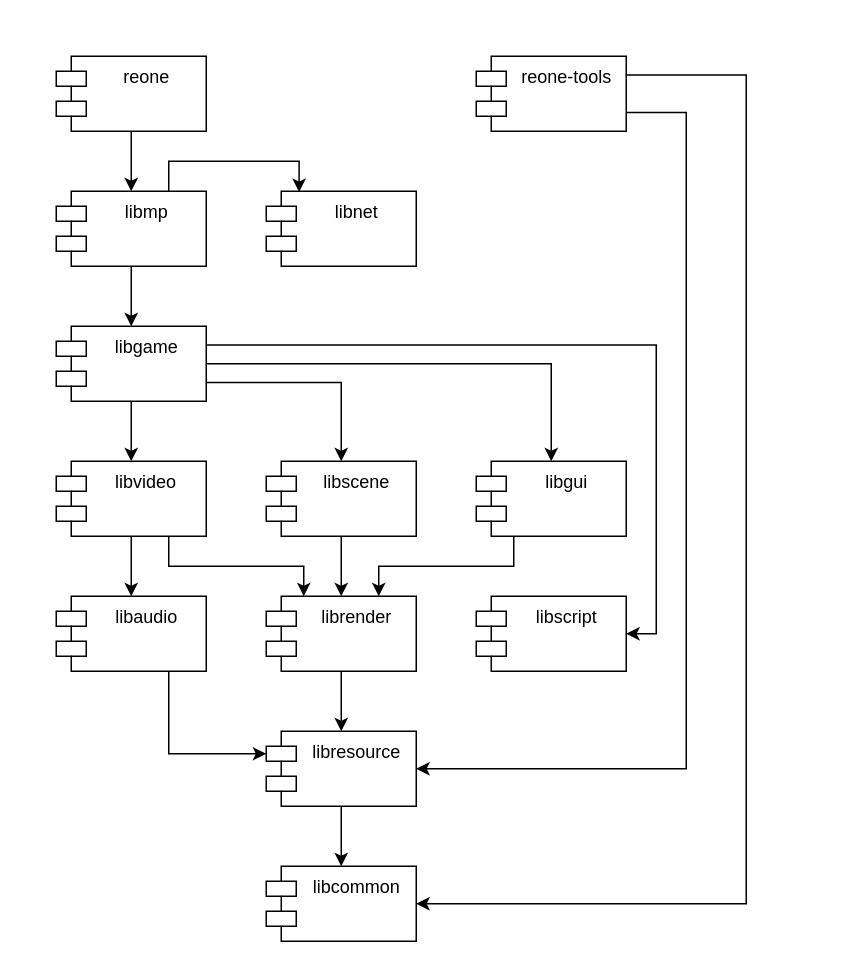
Before: doc/modules.drawio in seedhartha/reone, a draw.io diagram. Source tidied: cells renumbered, new cells numbered last; positions are measured from the earlier drawing's top-left corner, leaving out a move shared by most shapes. Both pictures are drawn from the tidied source at 150%, with x=0, y=0 at pixel (56, 56).
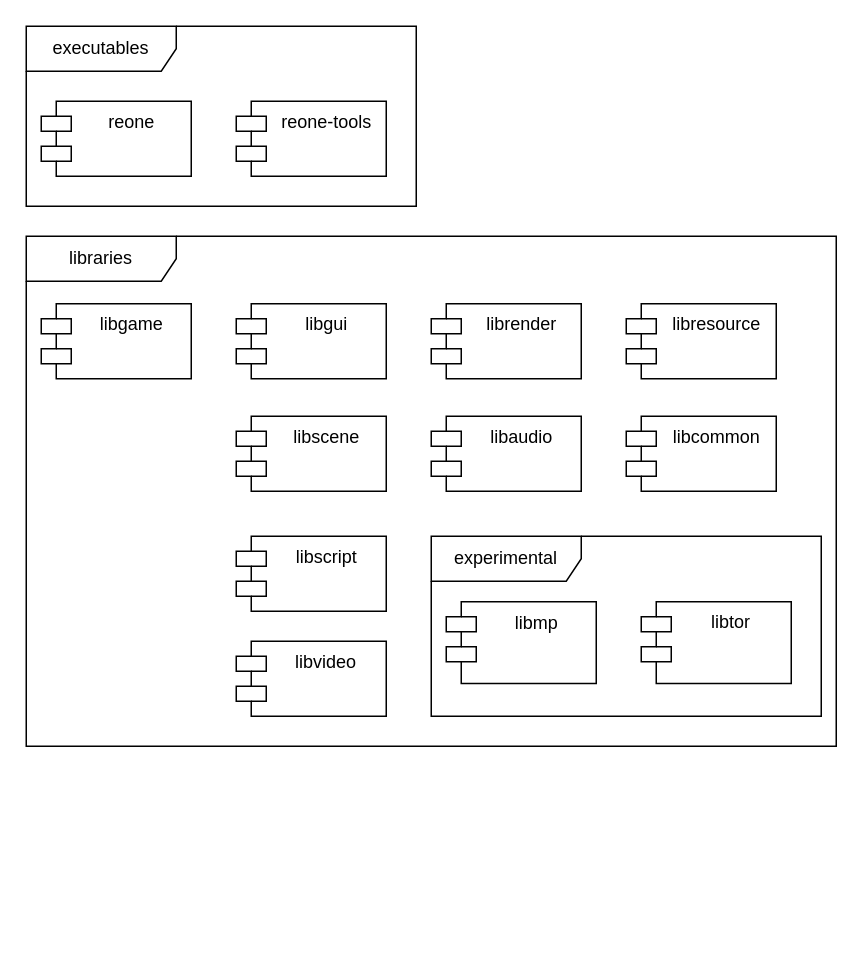
The same diagram, later.

Commit message:
doc: Update modules diagram

Change to the diagram source:
```diff
@@
-    <mxCell id="2" style="edgeStyle=orthogonalEdgeStyle;rounded=0;jettySize=auto;html=1;exitX=0.5;exitY=1;exitDx=0;exitDy=0;entryX=0.5;entryY=0;entryDx=0;entryDy=0;" parent="1" edge="1" source="3" target="9">
-      <mxGeometry relative="1" as="geometry" />
-    </mxCell>
+    <mxCell id="31" style="group;" parent="1" vertex="1">
+      <mxGeometry x="250" y="320" width="260" height="120" as="geometry" />
+    </mxCell>
+    <mxCell id="32" value="experimental" style="shape=umlFrame;whiteSpace=wrap;html=1;width=100;height=30;" parent="31" vertex="1">
+      <mxGeometry width="260" height="120" as="geometry" />
+    </mxCell>
+    <mxCell id="9" value="libmp" style="shape=module;align=left;spacingLeft=20;align=center;verticalAlign=top;html=1;" parent="31" vertex="1">
+      <mxGeometry x="10" y="43.6" width="100" height="54.5" as="geometry" />
+    </mxCell>
+    <mxCell id="33" value="libtor" style="shape=module;align=left;spacingLeft=20;align=center;verticalAlign=top;" parent="31" vertex="1">
+      <mxGeometry x="140" y="43.6" width="100" height="54.5" as="geometry" />
+    </mxCell>
+    <mxCell id="34" style="group;" parent="1" vertex="1">
+      <mxGeometry x="-20" y="-20" width="260" height="120" as="geometry" />
+    </mxCell>
+    <mxCell id="35" style="group;" parent="34" vertex="1">
+      <mxGeometry width="260" height="120" as="geometry" />
+    </mxCell>
+    <mxCell id="36" value="executables" style="shape=umlFrame;whiteSpace=wrap;html=1;width=100;height=30;flipH=0;" parent="35" vertex="1">
+      <mxGeometry width="260" height="120" as="geometry" />
+    </mxCell>
-    <mxCell id="3" value="reone" style="shape=module;align=left;spacingLeft=20;align=center;verticalAlign=top;html=1;" parent="1" vertex="1">
-      <mxGeometry width="100" height="50" as="geometry" />
+    <mxCell id="3" value="reone" style="shape=module;align=left;spacingLeft=20;align=center;verticalAlign=top;html=1;" parent="35" vertex="1">
+      <mxGeometry x="10" y="50" width="100" height="50" as="geometry" />
     </mxCell>
-    <mxCell id="4" style="edgeStyle=orthogonalEdgeStyle;rounded=0;jettySize=auto;html=1;entryX=1;entryY=0.5;entryDx=0;entryDy=0;exitX=1;exitY=0.75;exitDx=0;exitDy=0;" parent="1" edge="1" source="6" target="22">
-      <mxGeometry relative="1" as="geometry">
-        <Array as="points">
-          <mxPoint x="420" y="37" />
-          <mxPoint x="420" y="475" />
-        </Array>
-      </mxGeometry>
-    </mxCell>
-    <mxCell id="5" style="edgeStyle=orthogonalEdgeStyle;rounded=0;jettySize=auto;html=1;exitX=1;exitY=0.25;exitDx=0;exitDy=0;entryX=1;entryY=0.5;entryDx=0;entryDy=0;" parent="1" edge="1" source="6" target="15">
-      <mxGeometry relative="1" as="geometry">
-        <Array as="points">
-          <mxPoint x="460" y="13" />
-          <mxPoint x="460" y="565" />
-        </Array>
-      </mxGeometry>
-    </mxCell>
-    <mxCell id="6" value="reone-tools" style="shape=module;align=left;spacingLeft=20;align=center;verticalAlign=top;html=1;" parent="1" vertex="1">
-      <mxGeometry x="280" width="100" height="50" as="geometry" />
+    <mxCell id="6" value="reone-tools" style="shape=module;align=left;spacingLeft=20;align=center;verticalAlign=top;html=1;" parent="35" vertex="1">
+      <mxGeometry x="140" y="50" width="100" height="50" as="geometry" />
     </mxCell>
-    <mxCell id="7" style="edgeStyle=orthogonalEdgeStyle;rounded=0;jettySize=auto;html=1;exitX=0.5;exitY=1;exitDx=0;exitDy=0;entryX=0.5;entryY=0;entryDx=0;entryDy=0;" parent="1" edge="1" source="9" target="14">
-      <mxGeometry relative="1" as="geometry" />
-    </mxCell>
-    <mxCell id="8" style="edgeStyle=orthogonalEdgeStyle;rounded=0;jettySize=auto;html=1;exitX=0.75;exitY=0;exitDx=0;exitDy=0;entryX=0.219;entryY=0.011;entryDx=0;entryDy=0;entryPerimeter=0;" parent="1" edge="1" source="9" target="16">
-      <mxGeometry relative="1" as="geometry">
-        <Array as="points">
-          <mxPoint x="75" y="70" />
-          <mxPoint x="162" y="70" />
-        </Array>
-      </mxGeometry>
-    </mxCell>
-    <mxCell id="9" value="libmp" style="shape=module;align=left;spacingLeft=20;align=center;verticalAlign=top;html=1;" parent="1" vertex="1">
-      <mxGeometry y="90" width="100" height="50" as="geometry" />
-    </mxCell>
-    <mxCell id="10" style="edgeStyle=orthogonalEdgeStyle;rounded=0;jettySize=auto;html=1;exitX=0.5;exitY=1;exitDx=0;exitDy=0;entryX=0.5;entryY=0;entryDx=0;entryDy=0;" parent="1" edge="1" source="14" target="30">
-      <mxGeometry relative="1" as="geometry" />
-    </mxCell>
-    <mxCell id="11" style="edgeStyle=orthogonalEdgeStyle;rounded=0;jettySize=auto;html=1;exitX=1;exitY=0.75;exitDx=0;exitDy=0;entryX=0.5;entryY=0;entryDx=0;entryDy=0;" parent="1" edge="1" source="14" target="24">
-      <mxGeometry relative="1" as="geometry" />
-    </mxCell>
-    <mxCell id="12" style="edgeStyle=orthogonalEdgeStyle;rounded=0;jettySize=auto;html=1;exitX=1;exitY=0.5;exitDx=0;exitDy=0;entryX=0.5;entryY=0;entryDx=0;entryDy=0;" parent="1" edge="1" source="14" target="26">
-      <mxGeometry relative="1" as="geometry" />
-    </mxCell>
-    <mxCell id="13" style="edgeStyle=orthogonalEdgeStyle;rounded=0;jettySize=auto;html=1;exitX=1;exitY=0.25;exitDx=0;exitDy=0;entryX=1;entryY=0.5;entryDx=0;entryDy=0;" parent="1" edge="1" source="14" target="27">
-      <mxGeometry relative="1" as="geometry" />
-    </mxCell>
+    <mxCell id="37" value="libraries" style="shape=umlFrame;whiteSpace=wrap;html=1;width=100;height=30;" parent="1" vertex="1">
+      <mxGeometry x="-20" y="120" width="540" height="340" as="geometry" />
+    </mxCell>
     <mxCell id="14" value="libgame" style="shape=module;align=center;spacingLeft=20;align=center;verticalAlign=top;html=1;labelPosition=center;verticalLabelPosition=middle;" parent="1" vertex="1">
-      <mxGeometry y="180" width="100" height="50" as="geometry" />
+      <mxGeometry x="-10" y="165" width="100" height="50" as="geometry" />
     </mxCell>
     <mxCell id="15" value="libcommon" style="shape=module;align=left;spacingLeft=20;align=center;verticalAlign=top;html=1;" parent="1" vertex="1">
-      <mxGeometry x="140" y="540" width="100" height="50" as="geometry" />
+      <mxGeometry x="380" y="240" width="100" height="50" as="geometry" />
     </mxCell>
-    <mxCell id="16" value="libnet" style="shape=module;align=left;spacingLeft=20;align=center;verticalAlign=top;html=1;" parent="1" vertex="1">
-      <mxGeometry x="140" y="90" width="100" height="50" as="geometry" />
-    </mxCell>
-    <mxCell id="17" style="edgeStyle=orthogonalEdgeStyle;rounded=0;jettySize=auto;html=1;exitX=0.75;exitY=1;exitDx=0;exitDy=0;entryX=0;entryY=0;entryDx=0;entryDy=15;entryPerimeter=0;" parent="1" edge="1" source="18" target="22">
-      <mxGeometry relative="1" as="geometry" />
-    </mxCell>
     <mxCell id="18" value="libaudio" style="shape=module;align=left;spacingLeft=20;align=center;verticalAlign=top;html=1;" parent="1" vertex="1">
-      <mxGeometry y="360" width="100" height="50" as="geometry" />
+      <mxGeometry x="250" y="240" width="100" height="50" as="geometry" />
     </mxCell>
-    <mxCell id="19" style="edgeStyle=orthogonalEdgeStyle;rounded=0;jettySize=auto;html=1;exitX=0.5;exitY=1;exitDx=0;exitDy=0;entryX=0.5;entryY=0;entryDx=0;entryDy=0;" parent="1" edge="1" source="20" target="22">
-      <mxGeometry relative="1" as="geometry" />
-    </mxCell>
     <mxCell id="20" value="librender" style="shape=module;align=left;spacingLeft=20;align=center;verticalAlign=top;html=1;" parent="1" vertex="1">
-      <mxGeometry x="140" y="360" width="100" height="50" as="geometry" />
+      <mxGeometry x="250" y="165" width="100" height="50" as="geometry" />
     </mxCell>
-    <mxCell id="21" style="edgeStyle=orthogonalEdgeStyle;rounded=0;jettySize=auto;html=1;exitX=0.5;exitY=1;exitDx=0;exitDy=0;entryX=0.5;entryY=0;entryDx=0;entryDy=0;" parent="1" edge="1" source="22" target="15">
-      <mxGeometry relative="1" as="geometry" />
-    </mxCell>
     <mxCell id="22" value="libresource" style="shape=module;align=left;spacingLeft=20;align=center;verticalAlign=top;html=1;" parent="1" vertex="1">
-      <mxGeometry x="140" y="450" width="100" height="50" as="geometry" />
+      <mxGeometry x="380" y="165" width="100" height="50" as="geometry" />
     </mxCell>
-    <mxCell id="23" style="edgeStyle=orthogonalEdgeStyle;rounded=0;jettySize=auto;html=1;exitX=0.5;exitY=1;exitDx=0;exitDy=0;entryX=0.5;entryY=0;entryDx=0;entryDy=0;" parent="1" edge="1" source="24" target="20">
-      <mxGeometry relative="1" as="geometry" />
-    </mxCell>
     <mxCell id="24" value="libscene" style="shape=module;align=left;spacingLeft=20;align=center;verticalAlign=top;html=1;" parent="1" vertex="1">
-      <mxGeometry x="140" y="270" width="100" height="50" as="geometry" />
+      <mxGeometry x="120" y="240" width="100" height="50" as="geometry" />
     </mxCell>
-    <mxCell id="25" style="edgeStyle=orthogonalEdgeStyle;rounded=0;jettySize=auto;html=1;exitX=0.25;exitY=1;exitDx=0;exitDy=0;entryX=0.75;entryY=0;entryDx=0;entryDy=0;" parent="1" edge="1" source="26" target="20">
-      <mxGeometry relative="1" as="geometry">
-        <Array as="points">
-          <mxPoint x="305" y="340" />
-          <mxPoint x="215" y="340" />
-        </Array>
-      </mxGeometry>
-    </mxCell>
     <mxCell id="26" value="libgui" style="shape=module;align=left;spacingLeft=20;align=center;verticalAlign=top;html=1;" parent="1" vertex="1">
-      <mxGeometry x="280" y="270" width="100" height="50" as="geometry" />
+      <mxGeometry x="120" y="165" width="100" height="50" as="geometry" />
     </mxCell>
     <mxCell id="27" value="libscript" style="shape=module;align=left;spacingLeft=20;align=center;verticalAlign=top;html=1;" parent="1" vertex="1">
-      <mxGeometry x="280" y="360" width="100" height="50" as="geometry" />
+      <mxGeometry x="120" y="320" width="100" height="50" as="geometry" />
     </mxCell>
-    <mxCell id="28" style="edgeStyle=orthogonalEdgeStyle;rounded=0;jettySize=auto;html=1;exitX=0.5;exitY=1;exitDx=0;exitDy=0;entryX=0.5;entryY=0;entryDx=0;entryDy=0;" parent="1" edge="1" source="30" target="18">
-      <mxGeometry relative="1" as="geometry" />
-    </mxCell>
-    <mxCell id="29" style="edgeStyle=orthogonalEdgeStyle;rounded=0;jettySize=auto;html=1;entryX=0.25;entryY=0;entryDx=0;entryDy=0;exitX=0.75;exitY=1;exitDx=0;exitDy=0;" parent="1" edge="1" source="30" target="20">
-      <mxGeometry relative="1" as="geometry">
-        <Array as="points">
-          <mxPoint x="75" y="340" />
-          <mxPoint x="165" y="340" />
-        </Array>
-      </mxGeometry>
-    </mxCell>
     <mxCell id="30" value="libvideo" style="shape=module;align=left;spacingLeft=20;align=center;verticalAlign=top;" parent="1" vertex="1">
-      <mxGeometry y="270" width="100" height="50" as="geometry" />
+      <mxGeometry x="120" y="390" width="100" height="50" as="geometry" />
     </mxCell>
```
